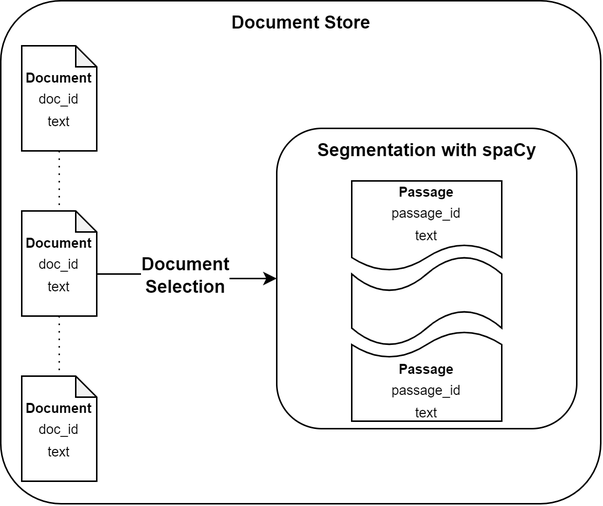
The draw.io diagram thesis/graphics/drawio/document_segmentation.png in Integer-Ctrl/thesis-fhofer, before a commit. Source tidied: cells renumbered, new cells last; positions are measured from the earlier drawing's top-left corner, leaving out a move shared by most shapes.
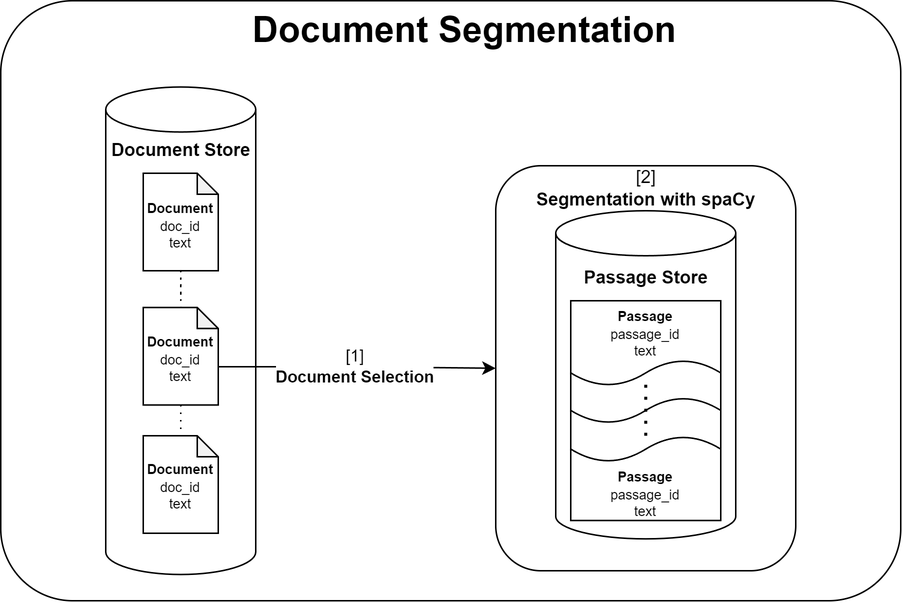
Later version of the same file.

The edit, as a diff of the source:
```diff
@@ -3,46 +3,67 @@
     <mxCell id="0" />
     <mxCell id="1" parent="0" />
     <mxCell id="2" style="rounded=1;whiteSpace=wrap;html=1;arcSize=12;" parent="1" vertex="1">
-      <mxGeometry width="400" height="335" as="geometry" />
+      <mxGeometry x="-161" y="-410" width="600" height="400" as="geometry" />
     </mxCell>
-    <mxCell id="3" value="&lt;b&gt;Document Store&lt;/b&gt;" style="text;html=1;align=center;verticalAlign=middle;points=[];strokeColor=none;fillColor=none;" parent="1" vertex="1">
-      <mxGeometry x="140" width="120" height="30" as="geometry" />
+    <mxCell id="3" style="rounded=1;whiteSpace=wrap;html=1;" parent="1" vertex="1">
+      <mxGeometry x="169" y="-300" width="200" height="270" as="geometry" />
     </mxCell>
-    <mxCell id="4" style="edgeStyle=orthogonalEdgeStyle;rounded=0;jettySize=auto;html=1;exitX=0;exitY=0;exitDx=50;exitDy=42;exitPerimeter=0;entryX=0;entryY=0.5;entryDx=0;entryDy=0;" parent="1" edge="1" source="8" target="9">
-      <mxGeometry relative="1" as="geometry" />
+    <mxCell id="4" style="shape=cylinder3;whiteSpace=wrap;html=1;boundedLbl=1;backgroundOutline=1;size=15;" parent="1" vertex="1">
+      <mxGeometry x="209" y="-270" width="120" height="218.8" as="geometry" />
     </mxCell>
-    <mxCell id="5" value="&lt;b&gt;&lt;font style=&quot;font-size: 12px;&quot;&gt;Document&lt;/font&gt;&lt;/b&gt;&lt;div&gt;&lt;b&gt;&lt;font style=&quot;font-size: 12px;&quot;&gt;Selection&lt;/font&gt;&lt;/b&gt;&lt;/div&gt;" style="edgeLabel;html=1;align=center;verticalAlign=middle;" parent="4" vertex="1">
-      <mxGeometry x="-0.04" y="-1" relative="1" as="geometry" />
+    <mxCell id="5" style="shape=cylinder3;whiteSpace=wrap;html=1;boundedLbl=1;backgroundOutline=1;size=15;" parent="1" vertex="1">
+      <mxGeometry x="-91" y="-352.5" width="100" height="325" as="geometry" />
     </mxCell>
-    <mxCell id="6" style="edgeStyle=orthogonalEdgeStyle;rounded=0;jettySize=auto;html=1;exitX=0.5;exitY=1;exitDx=0;exitDy=0;exitPerimeter=0;dashed=1;dashPattern=1 4;endArrow=none;startFill=0;" parent="1" edge="1" source="7" target="8">
-      <mxGeometry relative="1" as="geometry" />
+    <mxCell id="6" value="&lt;b&gt;Document Segmentation&lt;/b&gt;" style="text;html=1;align=center;verticalAlign=middle;strokeColor=none;fillColor=none;fontSize=24;" parent="1" vertex="1">
+      <mxGeometry x="-7" y="-410" width="310" height="40" as="geometry" />
     </mxCell>
-    <mxCell id="7" value="&lt;b&gt;&lt;font style=&quot;font-size: 9px;&quot;&gt;Document&lt;/font&gt;&lt;/b&gt;&lt;div&gt;&lt;font style=&quot;font-size: 9px;&quot;&gt;doc_id&lt;/font&gt;&lt;/div&gt;&lt;div&gt;&lt;font style=&quot;font-size: 9px;&quot;&gt;text&lt;/font&gt;&lt;/div&gt;" style="shape=note;whiteSpace=wrap;html=1;backgroundOutline=1;darkOpacity=0.05;size=14;" parent="1" vertex="1">
-      <mxGeometry x="14" y="30" width="50" height="70" as="geometry" />
+    <mxCell id="7" style="edgeStyle=orthogonalEdgeStyle;rounded=0;jettySize=auto;html=1;exitX=0.5;exitY=1;exitDx=0;exitDy=0;exitPerimeter=0;dashed=1;dashPattern=1 4;endArrow=none;startFill=0;" parent="1" edge="1" source="8" target="11">
+      <mxGeometry relative="1" as="geometry" />
     </mxCell>
-    <mxCell id="8" value="&lt;b&gt;&lt;font style=&quot;font-size: 9px;&quot;&gt;Document&lt;/font&gt;&lt;/b&gt;&lt;div&gt;&lt;font style=&quot;font-size: 9px;&quot;&gt;doc_id&lt;/font&gt;&lt;/div&gt;&lt;div&gt;&lt;font style=&quot;font-size: 9px;&quot;&gt;text&lt;/font&gt;&lt;/div&gt;" style="shape=note;whiteSpace=wrap;html=1;backgroundOutline=1;darkOpacity=0.05;size=14;" parent="1" vertex="1">
-      <mxGeometry x="14" y="140" width="50" height="70" as="geometry" />
+    <mxCell id="8" value="&lt;b&gt;&lt;font style=&quot;font-size: 9px;&quot;&gt;Document&lt;/font&gt;&lt;/b&gt;&lt;div style=&quot;line-height: 90%;&quot;&gt;&lt;font style=&quot;font-size: 9px; line-height: 90%;&quot;&gt;doc_id&lt;/font&gt;&lt;/div&gt;&lt;div style=&quot;line-height: 90%;&quot;&gt;&lt;font style=&quot;font-size: 9px; line-height: 90%;&quot;&gt;text&lt;/font&gt;&lt;/div&gt;" style="shape=note;whiteSpace=wrap;html=1;backgroundOutline=1;darkOpacity=0.05;size=14;" parent="1" vertex="1">
+      <mxGeometry x="-66" y="-295" width="50" height="65" as="geometry" />
     </mxCell>
-    <mxCell id="9" style="rounded=1;whiteSpace=wrap;html=1;" parent="1" vertex="1">
-      <mxGeometry x="184" y="85" width="200" height="200" as="geometry" />
+    <mxCell id="9" style="edgeStyle=orthogonalEdgeStyle;rounded=0;jettySize=auto;html=1;exitX=0;exitY=0;exitDx=50;exitDy=39.5;exitPerimeter=0;entryX=0;entryY=0.5;entryDx=0;entryDy=0;" parent="1" edge="1" source="11" target="3">
+      <mxGeometry relative="1" as="geometry" />
     </mxCell>
-    <mxCell id="10" value="&lt;b&gt;Segmentation with spaCy&lt;/b&gt;" style="text;html=1;align=center;verticalAlign=middle;strokeColor=none;fillColor=none;" parent="1" vertex="1">
-      <mxGeometry x="199" y="85" width="170" height="30" as="geometry" />
+    <mxCell id="10" value="[1]&lt;div&gt;&lt;b style=&quot;background-color: light-dark(#ffffff, var(--ge-dark-color, #121212)); color: light-dark(rgb(0, 0, 0), rgb(255, 255, 255));&quot;&gt;Document Selection&lt;/b&gt;&lt;/div&gt;" style="edgeLabel;html=1;align=center;verticalAlign=middle;" parent="9" vertex="1">
+      <mxGeometry y="-2" relative="1" as="geometry" />
     </mxCell>
-    <mxCell id="11" value="&lt;b&gt;&lt;font style=&quot;font-size: 9px;&quot;&gt;Document&lt;/font&gt;&lt;/b&gt;&lt;div&gt;&lt;font style=&quot;font-size: 9px;&quot;&gt;doc_id&lt;/font&gt;&lt;/div&gt;&lt;div&gt;&lt;font style=&quot;font-size: 9px;&quot;&gt;text&lt;/font&gt;&lt;/div&gt;" style="shape=note;whiteSpace=wrap;html=1;backgroundOutline=1;darkOpacity=0.05;size=14;" parent="1" vertex="1">
-      <mxGeometry x="14" y="250" width="50" height="70" as="geometry" />
+    <mxCell id="11" value="&lt;b&gt;&lt;font style=&quot;font-size: 9px;&quot;&gt;Document&lt;/font&gt;&lt;/b&gt;&lt;div style=&quot;line-height: 90%;&quot;&gt;&lt;font style=&quot;font-size: 9px; line-height: 90%;&quot;&gt;doc_id&lt;/font&gt;&lt;/div&gt;&lt;div style=&quot;line-height: 90%;&quot;&gt;&lt;font style=&quot;font-size: 9px; line-height: 90%;&quot;&gt;text&lt;/font&gt;&lt;/div&gt;" style="shape=note;whiteSpace=wrap;html=1;backgroundOutline=1;darkOpacity=0.05;size=14;" parent="1" vertex="1">
+      <mxGeometry x="-66" y="-205.5" width="50" height="65" as="geometry" />
     </mxCell>
-    <mxCell id="12" value="&lt;font style=&quot;font-size: 9px;&quot;&gt;&lt;b&gt;Passage&lt;/b&gt;&lt;/font&gt;&lt;div&gt;&lt;font style=&quot;font-size: 9px;&quot;&gt;passage_id&lt;/font&gt;&lt;/div&gt;&lt;div&gt;&lt;font style=&quot;font-size: 9px;&quot;&gt;text&lt;/font&gt;&lt;/div&gt;" style="shape=document;whiteSpace=wrap;html=1;boundedLbl=1;" parent="1" vertex="1">
-      <mxGeometry x="234" y="120" width="100" height="60" as="geometry" />
+    <mxCell id="12" value="[2]&lt;div&gt;&lt;b&gt;Segmentation with spaCy&lt;/b&gt;&lt;/div&gt;" style="text;html=1;align=center;verticalAlign=middle;strokeColor=none;fillColor=none;" parent="1" vertex="1">
+      <mxGeometry x="184" y="-305" width="170" height="40" as="geometry" />
     </mxCell>
-    <mxCell id="13" style="shape=tape;whiteSpace=wrap;html=1;" parent="1" vertex="1">
-      <mxGeometry x="234" y="170" width="100" height="60" as="geometry" />
+    <mxCell id="13" value="&lt;b&gt;&lt;font style=&quot;font-size: 9px;&quot;&gt;Document&lt;/font&gt;&lt;/b&gt;&lt;div style=&quot;line-height: 90%;&quot;&gt;&lt;font style=&quot;font-size: 9px; line-height: 90%;&quot;&gt;doc_id&lt;/font&gt;&lt;/div&gt;&lt;div style=&quot;line-height: 90%;&quot;&gt;&lt;font style=&quot;font-size: 9px; line-height: 90%;&quot;&gt;text&lt;/font&gt;&lt;/div&gt;" style="shape=note;whiteSpace=wrap;html=1;backgroundOutline=1;darkOpacity=0.05;size=14;" parent="1" vertex="1">
+      <mxGeometry x="-66" y="-120" width="50" height="65" as="geometry" />
     </mxCell>
-    <mxCell id="14" value="&lt;font style=&quot;font-size: 9px;&quot;&gt;&lt;b style=&quot;&quot;&gt;Passage&lt;/b&gt;&lt;/font&gt;&lt;div&gt;&lt;font style=&quot;font-size: 9px;&quot;&gt;passage_id&lt;/font&gt;&lt;/div&gt;&lt;div&gt;&lt;font style=&quot;font-size: 9px;&quot;&gt;text&lt;/font&gt;&lt;/div&gt;" style="shape=document;whiteSpace=wrap;html=1;boundedLbl=1;direction=west;" parent="1" vertex="1">
-      <mxGeometry x="234" y="220" width="100" height="60" as="geometry" />
+    <mxCell id="14" value="&lt;font style=&quot;font-size: 9px;&quot;&gt;&lt;b&gt;Passage&lt;/b&gt;&lt;/font&gt;&lt;div style=&quot;line-height: 90%;&quot;&gt;&lt;font style=&quot;font-size: 9px; line-height: 90%;&quot;&gt;passage_id&lt;/font&gt;&lt;/div&gt;&lt;div style=&quot;line-height: 90%;&quot;&gt;&lt;font style=&quot;font-size: 9px; line-height: 90%;&quot;&gt;text&lt;/font&gt;&lt;/div&gt;" style="shape=document;whiteSpace=wrap;html=1;boundedLbl=1;" parent="1" vertex="1">
+      <mxGeometry x="219" y="-210" width="100" height="57" as="geometry" />
     </mxCell>
-    <mxCell id="15" style="edgeStyle=orthogonalEdgeStyle;rounded=0;jettySize=auto;html=1;exitX=0.5;exitY=1;exitDx=0;exitDy=0;exitPerimeter=0;entryX=0.5;entryY=0;entryDx=0;entryDy=0;entryPerimeter=0;dashed=1;dashPattern=1 4;endArrow=none;startFill=0;" parent="1" edge="1" source="8" target="11">
-      <mxGeometry relative="1" as="geometry" />
+    <mxCell id="15" style="shape=tape;whiteSpace=wrap;html=1;" parent="1" vertex="1">
+      <mxGeometry x="219" y="-170.5" width="100" height="43" as="geometry" />
     </mxCell>
+    <mxCell id="16" value="&lt;font style=&quot;font-size: 9px;&quot;&gt;&lt;b style=&quot;&quot;&gt;Passage&lt;/b&gt;&lt;/font&gt;&lt;div style=&quot;line-height: 90%;&quot;&gt;&lt;font style=&quot;font-size: 9px; line-height: 90%;&quot;&gt;passage_id&lt;/font&gt;&lt;/div&gt;&lt;div style=&quot;line-height: 90%;&quot;&gt;&lt;font style=&quot;font-size: 9px; line-height: 90%;&quot;&gt;text&lt;/font&gt;&lt;/div&gt;" style="shape=document;whiteSpace=wrap;html=1;boundedLbl=1;direction=west;" parent="1" vertex="1">
+      <mxGeometry x="219" y="-120.5" width="100" height="57" as="geometry" />
+    </mxCell>
+    <mxCell id="17" style="edgeStyle=orthogonalEdgeStyle;rounded=0;jettySize=auto;html=1;exitX=0.5;exitY=1;exitDx=0;exitDy=0;exitPerimeter=0;entryX=0.5;entryY=0;entryDx=0;entryDy=0;entryPerimeter=0;dashed=1;dashPattern=1 4;endArrow=none;startFill=0;" parent="1" edge="1" source="11" target="13">
+      <mxGeometry relative="1" as="geometry" />
+    </mxCell>
+    <mxCell id="18" value="&lt;b&gt;Document Store&lt;/b&gt;" style="text;html=1;align=center;verticalAlign=middle;strokeColor=none;fillColor=none;" parent="1" vertex="1">
+      <mxGeometry x="-101" y="-325" width="120" height="30" as="geometry" />
+    </mxCell>
+    <mxCell id="19" style="shape=tape;whiteSpace=wrap;html=1;" parent="1" vertex="1">
+      <mxGeometry x="219" y="-145.5" width="100" height="43" as="geometry" />
+    </mxCell>
+    <mxCell id="20" value="&lt;b&gt;Passage Store&lt;/b&gt;" style="text;html=1;align=center;verticalAlign=middle;strokeColor=none;fillColor=none;" parent="1" vertex="1">
+      <mxGeometry x="214" y="-240" width="110" height="30" as="geometry" />
+    </mxCell>
+    <mxCell id="21" style="endArrow=none;dashed=1;html=1;dashPattern=1 3;strokeWidth=2;rounded=0;" parent="1" edge="1">
+      <mxGeometry relative="1" as="geometry">
+        <mxPoint x="269" y="-120" as="sourcePoint" />
+        <mxPoint x="269" y="-160" as="targetPoint" />
+      </mxGeometry>
+    </mxCell>
   </root>
 </mxGraphModel>
```
